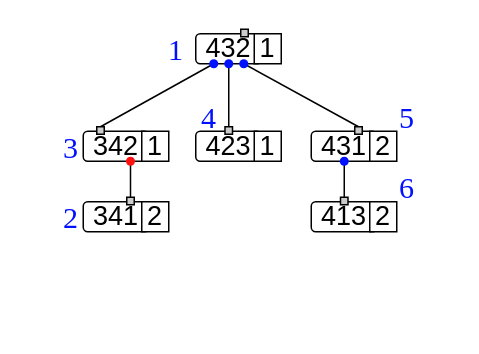
Above: Trees/MSRtrees/aperiodic/aperiodicCoollex4.drawio in Al-ttaeeA/research (draw.io), before the change. Source tidied: cells renumbered, new cells numbered last; positions are measured from the earlier drawing's top-left corner, leaving out a move shared by most shapes. Both pictures are drawn from the tidied source at 150%, with x=0, y=0 at pixel (24, 26).
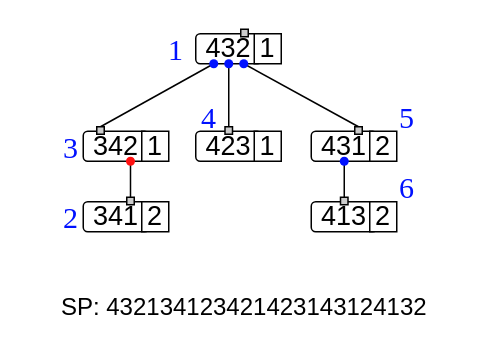
The same page after the edit.

Diff of the diagram source:
```diff
@@
+    <mxCell id="36" value="&lt;font style=&quot;font-size: 16px;&quot;&gt;SP: 432134123421423143124132&lt;/font&gt;" style="text;html=1;whiteSpace=wrap;strokeColor=none;fillColor=none;align=center;verticalAlign=middle;rounded=0;" parent="1" vertex="1">
+      <mxGeometry x="21" y="172" width="251" height="30" as="geometry" />
+    </mxCell>
```
